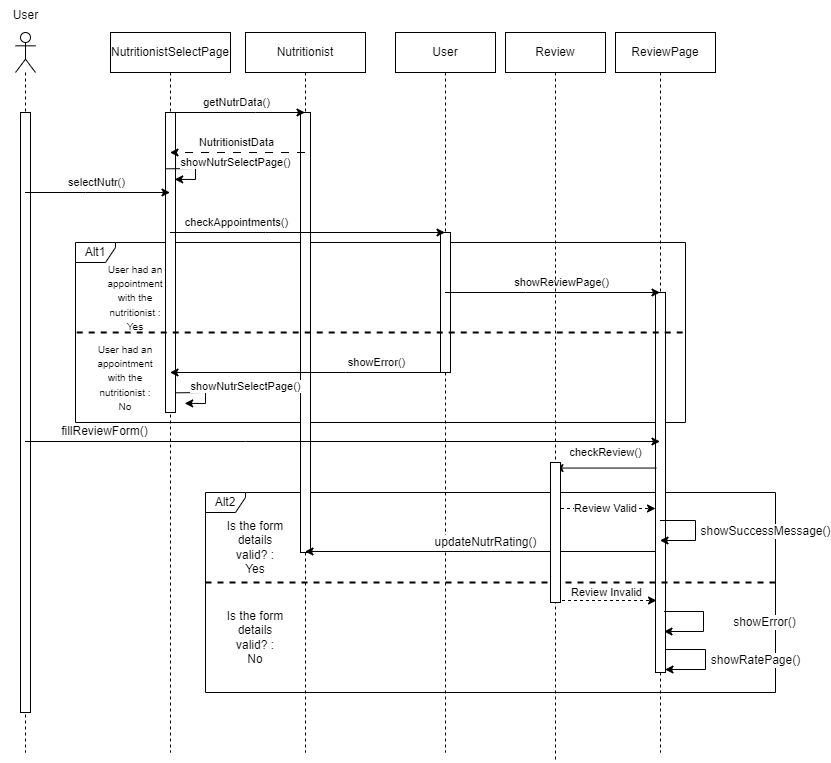
Above: ΤΕΛΙΚΟ ΠΑΡΑΔΟΤΕΟ/Sequence-diagrams-v1.0/sd_αξιολόγηση_διατροφολογου.png in Dionkaps/Eu-Zin (draw.io), before the change. Source tidied: cells renumbered, new cells last; positions are measured from the earlier drawing's top-left corner, leaving out a move shared by most shapes.
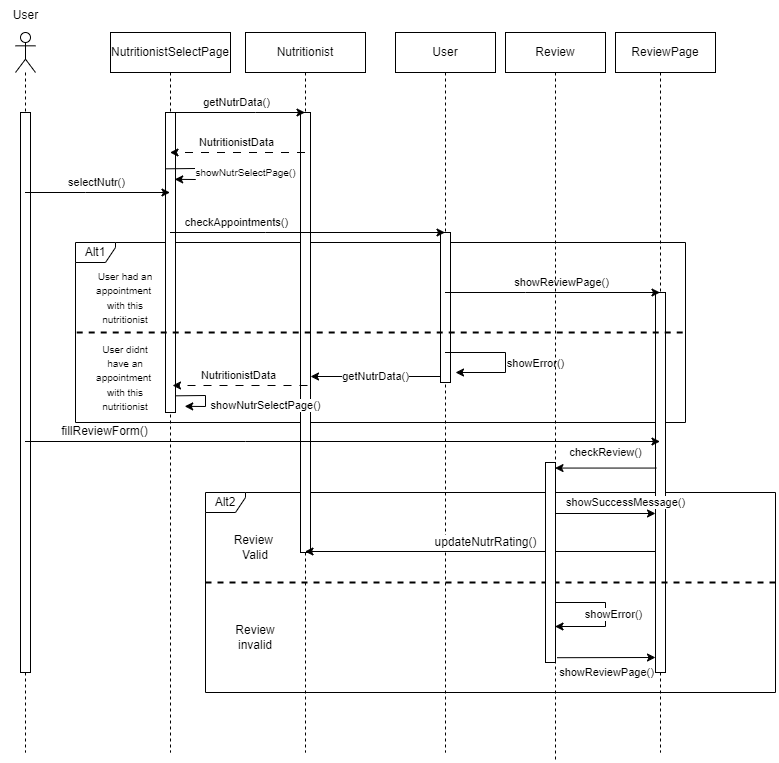
After the change.

Diff of the diagram source:
```diff
@@ -8,62 +8,61 @@
     <mxCell id="3" value="Alt1" style="shape=umlFrame;whiteSpace=wrap;html=1;width=40;height=20;" parent="1" vertex="1">
       <mxGeometry x="75" y="242" width="610" height="180" as="geometry" />
     </mxCell>
-    <mxCell id="4" style="shape=umlLifeline;participant=umlEntity;perimeter=lifelinePerimeter;whiteSpace=wrap;html=1;verticalAlign=top;spacingTop=36;outlineConnect=0;" parent="1" vertex="1">
-      <mxGeometry x="425" y="32" width="40" height="720" as="geometry" />
-    </mxCell>
-    <mxCell id="5" style="html=1;perimeter=orthogonalPerimeter;fontSize=12;" parent="4" vertex="1">
-      <mxGeometry x="15" y="200" width="10" height="140" as="geometry" />
-    </mxCell>
-    <mxCell id="6" style="shape=umlLifeline;participant=umlActor;perimeter=lifelinePerimeter;whiteSpace=wrap;html=1;verticalAlign=top;spacingTop=36;outlineConnect=0;" parent="1" vertex="1">
-      <mxGeometry x="15" y="32" width="20" height="720" as="geometry" />
-    </mxCell>
-    <mxCell id="7" style="html=1;perimeter=orthogonalPerimeter;fontSize=12;" parent="6" vertex="1">
-      <mxGeometry x="5" y="80" width="10" height="600" as="geometry" />
-    </mxCell>
-    <mxCell id="8" style="shape=umlLifeline;participant=umlBoundary;perimeter=lifelinePerimeter;whiteSpace=wrap;html=1;verticalAlign=top;spacingTop=36;outlineConnect=0;" parent="1" vertex="1">
-      <mxGeometry x="145" y="32" width="50" height="720" as="geometry" />
-    </mxCell>
+    <mxCell id="43" style="shape=umlLifeline;participant=umlEntity;perimeter=lifelinePerimeter;whiteSpace=wrap;html=1;verticalAlign=top;spacingTop=36;outlineConnect=0;" parent="1" vertex="1">
+      <mxGeometry x="425" y="32" width="40" height="720" as="geometry" />
+    </mxCell>
+    <mxCell id="44" style="html=1;perimeter=orthogonalPerimeter;fontSize=12;" parent="43" vertex="1">
+      <mxGeometry x="15" y="200" width="10" height="150" as="geometry" />
+    </mxCell>
+    <mxCell id="45" style="shape=umlLifeline;participant=umlActor;perimeter=lifelinePerimeter;whiteSpace=wrap;html=1;verticalAlign=top;spacingTop=36;outlineConnect=0;" parent="1" vertex="1">
+      <mxGeometry x="15" y="32" width="20" height="720" as="geometry" />
+    </mxCell>
+    <mxCell id="46" style="html=1;perimeter=orthogonalPerimeter;fontSize=12;" parent="45" vertex="1">
+      <mxGeometry x="5" y="80" width="10" height="560" as="geometry" />
+    </mxCell>
+    <mxCell id="47" style="shape=umlLifeline;participant=umlBoundary;perimeter=lifelinePerimeter;whiteSpace=wrap;html=1;verticalAlign=top;spacingTop=36;outlineConnect=0;" parent="1" vertex="1">
+      <mxGeometry x="145" y="32" width="50" height="720" as="geometry" />
+    </mxCell>
-    <mxCell id="9" style="html=1;perimeter=orthogonalPerimeter;fontSize=12;" parent="8" vertex="1">
+    <mxCell id="9" style="html=1;perimeter=orthogonalPerimeter;fontSize=12;" parent="47" vertex="1">
       <mxGeometry x="20" y="80" width="10" height="300" as="geometry" />
     </mxCell>
-    <mxCell id="10" value="showNutrSelectPage()" style="endArrow=classic;html=1;rounded=0;entryX=0.92;entryY=0.284;entryDx=0;entryDy=0;entryPerimeter=0;exitX=0.04;exitY=0.232;exitDx=0;exitDy=0;exitPerimeter=0;" parent="8" edge="1">
-      <mxGeometry x="-0.04" y="40" relative="1" as="geometry">
-        <mxPoint x="20.4" y="136.3" as="sourcePoint" />
-        <mxPoint x="29.2" y="146.8" as="targetPoint" />
-        <Array as="points">
-          <mxPoint x="50" y="136" />
-          <mxPoint x="50" y="147" />
-        </Array>
-        <mxPoint y="-6" as="offset" />
-      </mxGeometry>
-    </mxCell>
-    <mxCell id="11" style="shape=umlLifeline;participant=umlEntity;perimeter=lifelinePerimeter;whiteSpace=wrap;html=1;verticalAlign=top;spacingTop=36;outlineConnect=0;" parent="1" vertex="1">
-      <mxGeometry x="285" y="32" width="40" height="720" as="geometry" />
-    </mxCell>
+    <mxCell id="48" value="showNutrSelectPage()" style="endArrow=classic;html=1;rounded=0;entryX=0.92;entryY=0.284;entryDx=0;entryDy=0;entryPerimeter=0;exitX=0.04;exitY=0.232;exitDx=0;exitDy=0;exitPerimeter=0;fontSize=10;" parent="47" edge="1">
+      <mxGeometry x="0.09" y="50" relative="1" as="geometry">
+        <mxPoint x="20.4" y="136.3" as="sourcePoint" />
+        <mxPoint x="29.2" y="146.8" as="targetPoint" />
+        <Array as="points">
+          <mxPoint x="50" y="136" />
+          <mxPoint x="50" y="147" />
+        </Array>
+      </mxGeometry>
+    </mxCell>
+    <mxCell id="49" style="shape=umlLifeline;participant=umlEntity;perimeter=lifelinePerimeter;whiteSpace=wrap;html=1;verticalAlign=top;spacingTop=36;outlineConnect=0;" parent="1" vertex="1">
+      <mxGeometry x="285" y="32" width="40" height="720" as="geometry" />
+    </mxCell>
-    <mxCell id="12" style="html=1;perimeter=orthogonalPerimeter;fontSize=12;" parent="11" vertex="1">
+    <mxCell id="12" style="html=1;perimeter=orthogonalPerimeter;fontSize=12;" parent="49" vertex="1">
       <mxGeometry x="15" y="80" width="10" height="440" as="geometry" />
     </mxCell>
-    <mxCell id="13" style="shape=umlLifeline;participant=umlBoundary;perimeter=lifelinePerimeter;whiteSpace=wrap;html=1;verticalAlign=top;spacingTop=36;outlineConnect=0;" parent="1" vertex="1">
-      <mxGeometry x="635" y="32" width="50" height="720" as="geometry" />
-    </mxCell>
+    <mxCell id="50" style="shape=umlLifeline;participant=umlBoundary;perimeter=lifelinePerimeter;whiteSpace=wrap;html=1;verticalAlign=top;spacingTop=36;outlineConnect=0;" parent="1" vertex="1">
+      <mxGeometry x="635" y="32" width="50" height="720" as="geometry" />
+    </mxCell>
-    <mxCell id="14" style="html=1;points=[];perimeter=orthogonalPerimeter;fontSize=12;" parent="13" vertex="1">
+    <mxCell id="14" style="html=1;points=[];perimeter=orthogonalPerimeter;fontSize=12;" parent="50" vertex="1">
       <mxGeometry x="20" y="260" width="10" height="380" as="geometry" />
     </mxCell>
-    <mxCell id="15" value="getNutrData()" style="endArrow=classic;html=1;rounded=0;" parent="1" edge="1" source="8" target="11">
-      <mxGeometry x="-0.03" y="10" relative="1" as="geometry">
-        <Array as="points">
-          <mxPoint x="255" y="112" />
-        </Array>
-      </mxGeometry>
-    </mxCell>
-    <mxCell id="16" value="NutritionistData" style="endArrow=classic;html=1;rounded=0;dashed=1;dashPattern=8 8;" parent="1" edge="1" source="11" target="8">
-      <mxGeometry x="0.03" y="-10" relative="1" as="geometry">
-        <Array as="points">
-          <mxPoint x="275" y="152" />
-        </Array>
-      </mxGeometry>
-    </mxCell>
+    <mxCell id="51" value="getNutrData()" style="endArrow=classic;html=1;rounded=0;" parent="1" edge="1" source="47" target="49">
+      <mxGeometry x="-0.03" y="10" relative="1" as="geometry">
+        <Array as="points">
+          <mxPoint x="255" y="112" />
+        </Array>
+      </mxGeometry>
+    </mxCell>
+    <mxCell id="52" value="NutritionistData" style="endArrow=classic;html=1;rounded=0;dashed=1;dashPattern=8 8;" parent="1" edge="1" source="49" target="47">
+      <mxGeometry x="0.02" y="-10" relative="1" as="geometry">
+        <Array as="points">
+          <mxPoint x="275" y="152" />
+        </Array>
+      </mxGeometry>
+    </mxCell>
-    <mxCell id="17" value="selectNutr()" style="endArrow=classic;html=1;rounded=0;" parent="1" edge="1" source="6" target="8">
+    <mxCell id="17" value="selectNutr()" style="endArrow=classic;html=1;rounded=0;" parent="1" edge="1" source="45" target="47">
       <mxGeometry x="-0.03" y="10" relative="1" as="geometry">
         <Array as="points">
           <mxPoint x="85" y="192" />
@@ -71,14 +70,14 @@
         <mxPoint x="1" as="offset" />
       </mxGeometry>
     </mxCell>
-    <mxCell id="18" value="checkAppointments()" style="endArrow=classic;html=1;rounded=0;" parent="1" edge="1" source="8" target="4">
+    <mxCell id="18" value="checkAppointments()" style="endArrow=classic;html=1;rounded=0;" parent="1" edge="1" source="47" target="43">
       <mxGeometry x="-0.52" y="10" relative="1" as="geometry">
         <Array as="points">
           <mxPoint x="265" y="232" />
         </Array>
       </mxGeometry>
     </mxCell>
-    <mxCell id="19" value="showReviewPage()" style="endArrow=classic;html=1;rounded=0;" parent="1" edge="1" source="4" target="13">
+    <mxCell id="19" value="showReviewPage()" style="endArrow=classic;html=1;rounded=0;" parent="1" edge="1" source="43" target="50">
       <mxGeometry x="0.07" y="10" relative="1" as="geometry">
         <Array as="points">
           <mxPoint x="525" y="292" />
@@ -86,23 +85,24 @@
         <mxPoint x="1" as="offset" />
       </mxGeometry>
     </mxCell>
-    <mxCell id="20" value="showError()" style="endArrow=classic;html=1;rounded=0;" parent="1" edge="1" source="4" target="8">
-      <mxGeometry x="-0.49" y="-10" relative="1" as="geometry">
-        <Array as="points">
-          <mxPoint x="345" y="372" />
-        </Array>
-        <mxPoint x="1" as="offset" />
-      </mxGeometry>
-    </mxCell>
+    <mxCell id="53" value="showError()" style="endArrow=classic;html=1;rounded=0;" parent="1" edge="1" source="43">
+      <mxGeometry x="0.08" y="30" relative="1" as="geometry">
+        <mxPoint x="455" y="372" as="targetPoint" />
+        <Array as="points">
+          <mxPoint x="505" y="352" />
+          <mxPoint x="505" y="372" />
+        </Array>
+      </mxGeometry>
+    </mxCell>
     <mxCell id="21" style="endArrow=none;dashed=1;html=1;rounded=0;exitX=0.002;exitY=0.5;exitDx=0;exitDy=0;exitPerimeter=0;entryX=0.998;entryY=0.5;entryDx=0;entryDy=0;entryPerimeter=0;strokeWidth=2;" parent="1" edge="1" source="3" target="3">
       <mxGeometry relative="1" as="geometry" />
     </mxCell>
-    <mxCell id="22" value="&lt;font style=&quot;font-size: 10px;&quot;&gt;User had an appointment with the nutritionist : Yes&lt;/font&gt;" style="text;html=1;strokeColor=none;fillColor=none;align=center;verticalAlign=middle;whiteSpace=wrap;rounded=0;" parent="1" vertex="1">
-      <mxGeometry x="105" y="282" width="60" height="30" as="geometry" />
-    </mxCell>
-    <mxCell id="23" value="&lt;font style=&quot;font-size: 10px;&quot;&gt;User had an appointment with the nutritionist : No&lt;/font&gt;" style="text;html=1;strokeColor=none;fillColor=none;align=center;verticalAlign=middle;whiteSpace=wrap;rounded=0;" parent="1" vertex="1">
-      <mxGeometry x="95" y="362" width="60" height="30" as="geometry" />
-    </mxCell>
+    <mxCell id="54" value="&lt;font style=&quot;font-size: 10px;&quot;&gt;User had an appointment&amp;nbsp;&lt;br&gt;with this nutritionist&lt;br&gt;&lt;/font&gt;" style="text;html=1;strokeColor=none;fillColor=none;align=center;verticalAlign=middle;whiteSpace=wrap;rounded=0;" parent="1" vertex="1">
+      <mxGeometry x="95" y="282" width="60" height="30" as="geometry" />
+    </mxCell>
+    <mxCell id="55" value="&lt;font style=&quot;font-size: 10px;&quot;&gt;User didnt have an appointment&amp;nbsp;&lt;br&gt;with this nutritionist&lt;br&gt;&lt;/font&gt;" style="text;html=1;strokeColor=none;fillColor=none;align=center;verticalAlign=middle;whiteSpace=wrap;rounded=0;" parent="1" vertex="1">
+      <mxGeometry x="95" y="362" width="60" height="30" as="geometry" />
+    </mxCell>
     <mxCell id="24" value="fillReviewForm()" style="endArrow=classic;html=1;rounded=0;strokeWidth=1;fontSize=12;" parent="1" edge="1">
       <mxGeometry x="-0.75" y="10" relative="1" as="geometry">
         <mxPoint x="24.5" y="441" as="sourcePoint" />
@@ -117,45 +117,15 @@
         <mxPoint x="304.5" y="551" as="targetPoint" />
       </mxGeometry>
     </mxCell>
-    <mxCell id="26" value="showRatePage()" style="endArrow=classic;html=1;rounded=0;strokeWidth=1;fontSize=12;" parent="1" edge="1">
-      <mxGeometry y="50" relative="1" as="geometry">
-        <mxPoint x="664.5" y="649" as="sourcePoint" />
-        <mxPoint x="664.5" y="669" as="targetPoint" />
-        <Array as="points">
-          <mxPoint x="705" y="649" />
-          <mxPoint x="705" y="669" />
-        </Array>
-      </mxGeometry>
-    </mxCell>
-    <mxCell id="27" value="showError()" style="endArrow=classic;html=1;rounded=0;strokeWidth=1;fontSize=12;" parent="1" edge="1">
-      <mxGeometry y="61" relative="1" as="geometry">
-        <mxPoint x="663.5" y="611" as="sourcePoint" />
-        <mxPoint x="663.5" y="631" as="targetPoint" />
-        <Array as="points">
-          <mxPoint x="703" y="611" />
-          <mxPoint x="703" y="631" />
-        </Array>
-      </mxGeometry>
-    </mxCell>
     <mxCell id="28" style="endArrow=none;dashed=1;html=1;rounded=0;strokeWidth=2;fontSize=12;exitX=0;exitY=0.45;exitDx=0;exitDy=0;exitPerimeter=0;entryX=1.002;entryY=0.45;entryDx=0;entryDy=0;entryPerimeter=0;" parent="1" edge="1" source="2" target="2">
       <mxGeometry relative="1" as="geometry" />
     </mxCell>
-    <mxCell id="29" value="showSuccessMessage()" style="endArrow=classic;html=1;rounded=0;strokeWidth=1;fontSize=12;" parent="1" edge="1">
-      <mxGeometry x="0.02" y="70" relative="1" as="geometry">
-        <mxPoint x="659.5" y="520" as="sourcePoint" />
-        <mxPoint x="659.5" y="540" as="targetPoint" />
-        <Array as="points">
-          <mxPoint x="695" y="520" />
-          <mxPoint x="695" y="540" />
-        </Array>
-      </mxGeometry>
-    </mxCell>
-    <mxCell id="30" value="Is the form details valid? : Yes" style="text;html=1;strokeColor=none;fillColor=none;align=center;verticalAlign=middle;whiteSpace=wrap;rounded=0;fontSize=12;" parent="1" vertex="1">
-      <mxGeometry x="225" y="532" width="60" height="30" as="geometry" />
-    </mxCell>
-    <mxCell id="31" value="Is the form details valid? :&lt;br&gt;No" style="text;html=1;strokeColor=none;fillColor=none;align=center;verticalAlign=middle;whiteSpace=wrap;rounded=0;fontSize=12;" parent="1" vertex="1">
-      <mxGeometry x="225" y="622" width="60" height="30" as="geometry" />
-    </mxCell>
+    <mxCell id="40" value="Review&amp;nbsp;&lt;br&gt;Valid" style="text;html=1;strokeColor=none;fillColor=none;align=center;verticalAlign=middle;whiteSpace=wrap;rounded=0;fontSize=12;" parent="1" vertex="1">
+      <mxGeometry x="225" y="532" width="60" height="30" as="geometry" />
+    </mxCell>
+    <mxCell id="56" value="Review&lt;br&gt;invalid" style="text;html=1;strokeColor=none;fillColor=none;align=center;verticalAlign=middle;whiteSpace=wrap;rounded=0;fontSize=12;" parent="1" vertex="1">
+      <mxGeometry x="225" y="622" width="60" height="30" as="geometry" />
+    </mxCell>
     <mxCell id="32" value="NutritionistSelectPage" style="rounded=0;whiteSpace=wrap;html=1;" parent="1" vertex="1">
       <mxGeometry x="110" y="32" width="120" height="40" as="geometry" />
     </mxCell>
@@ -174,34 +144,55 @@
     <mxCell id="37" value="Review" style="shape=umlLifeline;perimeter=lifelinePerimeter;whiteSpace=wrap;html=1;outlineConnect=0;portConstraint=eastwest;newEdgeStyle={&quot;edgeStyle&quot;:&quot;elbowEdgeStyle&quot;,&quot;elbow&quot;:&quot;vertical&quot;,&quot;curved&quot;:0,&quot;rounded&quot;:0};" parent="1" vertex="1">
       <mxGeometry x="505" y="32" width="100" height="730" as="geometry" />
     </mxCell>
-    <mxCell id="38" value="showNutrSelectPage()" style="endArrow=classic;html=1;rounded=0;entryX=0.92;entryY=0.284;entryDx=0;entryDy=0;entryPerimeter=0;exitX=0.04;exitY=0.232;exitDx=0;exitDy=0;exitPerimeter=0;" parent="1" edge="1">
-      <mxGeometry x="-0.04" y="40" relative="1" as="geometry">
-        <mxPoint x="175.4" y="392.3" as="sourcePoint" />
-        <mxPoint x="184.2" y="402.8" as="targetPoint" />
-        <Array as="points">
-          <mxPoint x="205" y="392" />
-          <mxPoint x="205" y="403" />
-        </Array>
-        <mxPoint y="-6" as="offset" />
-      </mxGeometry>
-    </mxCell>
+    <mxCell id="57" value="showNutrSelectPage()" style="endArrow=classic;html=1;rounded=0;entryX=0.92;entryY=0.284;entryDx=0;entryDy=0;entryPerimeter=0;exitX=0.04;exitY=0.232;exitDx=0;exitDy=0;exitPerimeter=0;" parent="1" edge="1">
+      <mxGeometry x="0.32" y="60" relative="1" as="geometry">
+        <mxPoint x="175.4" y="395.3" as="sourcePoint" />
+        <mxPoint x="184.2" y="405.8" as="targetPoint" />
+        <Array as="points">
+          <mxPoint x="205" y="395" />
+          <mxPoint x="205" y="406" />
+        </Array>
+      </mxGeometry>
+    </mxCell>
     <mxCell id="39" value="checkReview()" style="endArrow=classic;html=1;rounded=0;exitX=0.08;exitY=0.462;exitDx=0;exitDy=0;exitPerimeter=0;" parent="1" edge="1" source="14" target="37">
       <mxGeometry y="-16" relative="1" as="geometry" />
     </mxCell>
-    <mxCell id="40" value="Review Valid" style="endArrow=classic;html=1;rounded=0;dashed=1;" parent="1" edge="1">
-      <mxGeometry relative="1" as="geometry">
-        <mxPoint x="554.5" y="508" as="sourcePoint" />
-        <mxPoint x="655" y="508" as="targetPoint" />
-      </mxGeometry>
-    </mxCell>
-    <mxCell id="41" value="Review Invalid" style="endArrow=classic;html=1;rounded=0;dashed=1;" parent="1" edge="1">
-      <mxGeometry x="-0.01" y="8" relative="1" as="geometry">
-        <mxPoint x="555.5" y="600" as="sourcePoint" />
-        <mxPoint x="656" y="600" as="targetPoint" />
-      </mxGeometry>
-    </mxCell>
-    <mxCell id="42" style="html=1;perimeter=orthogonalPerimeter;fontSize=12;" parent="1" vertex="1">
-      <mxGeometry x="550" y="462" width="10" height="140" as="geometry" />
-    </mxCell>
+    <mxCell id="58" value="showError()" style="endArrow=classic;html=1;rounded=0;" parent="1" edge="1" source="37" target="37">
+      <mxGeometry x="-0.01" y="8" relative="1" as="geometry">
+        <Array as="points">
+          <mxPoint x="605" y="602" />
+          <mxPoint x="605" y="626" />
+        </Array>
+      </mxGeometry>
+    </mxCell>
+    <mxCell id="59" value="getNutrData()" style="endArrow=classic;html=1;rounded=0;" parent="1" edge="1">
+      <mxGeometry relative="1" as="geometry">
+        <mxPoint x="440" y="376" as="sourcePoint" />
+        <mxPoint x="310" y="376" as="targetPoint" />
+      </mxGeometry>
+    </mxCell>
+    <mxCell id="60" value="NutritionistData" style="endArrow=classic;html=1;rounded=0;dashed=1;dashPattern=8 8;" parent="1" edge="1">
+      <mxGeometry x="0.02" y="-10" relative="1" as="geometry">
+        <mxPoint x="307" y="385" as="sourcePoint" />
+        <mxPoint x="172" y="385" as="targetPoint" />
+        <Array as="points">
+          <mxPoint x="277" y="385" />
+        </Array>
+      </mxGeometry>
+    </mxCell>
+    <mxCell id="29" value="showSuccessMessage()" style="endArrow=classic;html=1;rounded=0;" parent="1" edge="1">
+      <mxGeometry x="0.4" y="11" relative="1" as="geometry">
+        <mxPoint x="555" y="513" as="sourcePoint" />
+        <mxPoint x="655" y="513" as="targetPoint" />
+      </mxGeometry>
+    </mxCell>
+    <mxCell id="61" style="html=1;points=[];perimeter=orthogonalPerimeter;fontSize=12;" parent="1" vertex="1">
+      <mxGeometry x="545" y="462" width="10" height="200" as="geometry" />
+    </mxCell>
+    <mxCell id="62" value="showReviewPage()" style="endArrow=classic;html=1;rounded=0;exitX=1.16;exitY=0.976;exitDx=0;exitDy=0;exitPerimeter=0;" parent="1" edge="1" source="61">
+      <mxGeometry x="-0.01" y="-15" relative="1" as="geometry">
+        <mxPoint x="655" y="657" as="targetPoint" />
+      </mxGeometry>
+    </mxCell>
   </root>
 </mxGraphModel>
```
